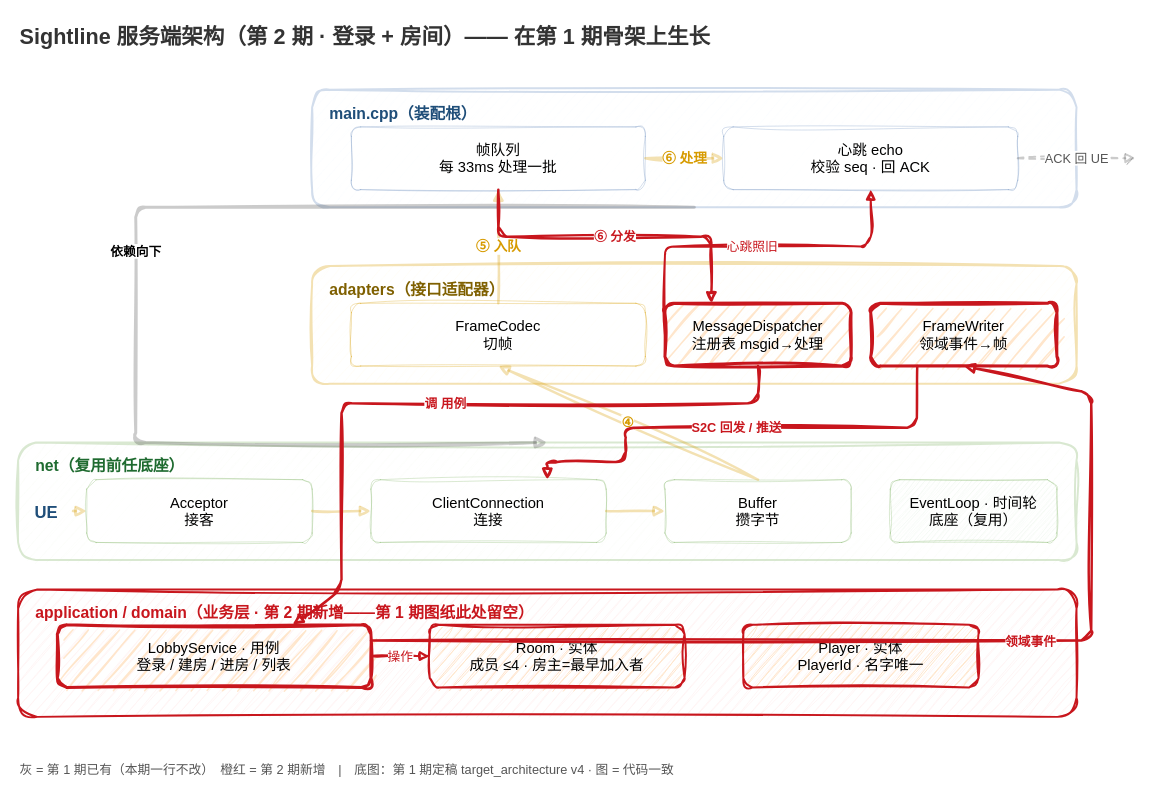
Before: docs/episodes/ep02/server_architecture.drawio in x-PiXiu/Sightline, a draw.io diagram. Source tidied: cells renumbered, new cells numbered last; positions are measured from the earlier drawing's top-left corner, leaving out a move shared by most shapes. Both pictures are drawn from the tidied source at 98%, with x=0, y=0 at pixel (18, 17).
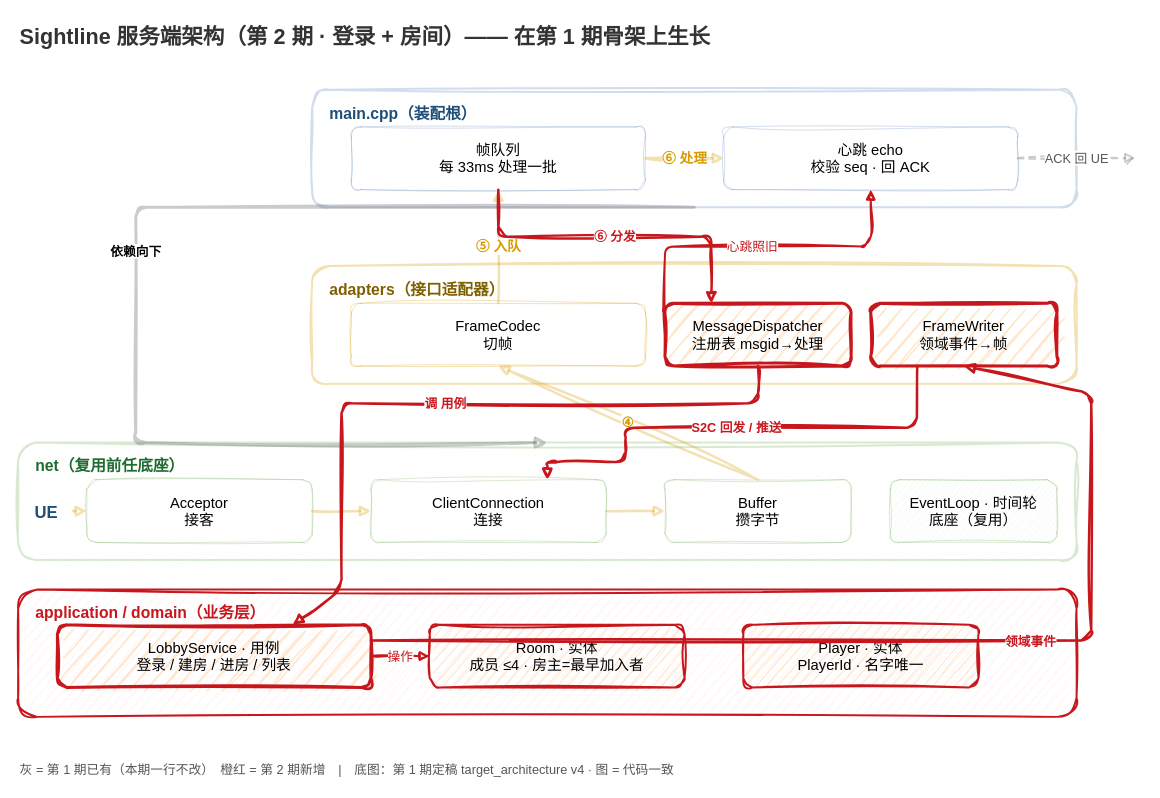
After the change.

The edit, as a diff of the source:
```diff
@@
-    <mxCell id="20" value="application / domain（业务层 · 第 2 期新增——第 1 期图纸此处留空）" style="text;fontSize=16;fontStyle=1;fontColor=#c8161d;align=left;sketch=1;" parent="1" vertex="1">
+    <mxCell id="20" value="application / domain（业务层）" style="text;fontSize=16;fontStyle=1;fontColor=#c8161d;align=left;sketch=1;" parent="1" vertex="1">
       <mxGeometry x="16" y="592" width="700" height="24" as="geometry" />
     </mxCell>
```
